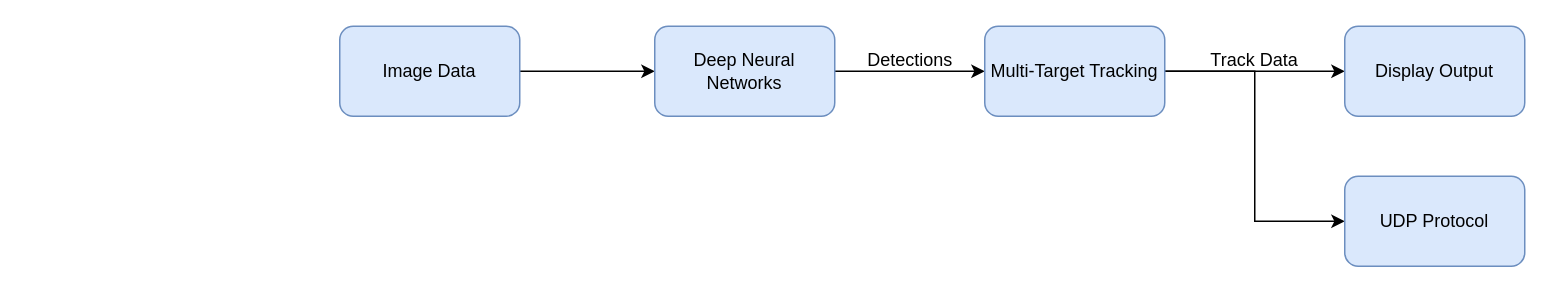
This is object_detection_classification.drawio from mj8ac/hello-world, a draw.io file, before an edit. Source tidied: cells renumbered, new cells numbered last; positions are measured from the earlier drawing's top-left corner, leaving out a move shared by most shapes. Both pictures are drawn from the tidied source at 150%, with x=0, y=0 at pixel (339, 26).
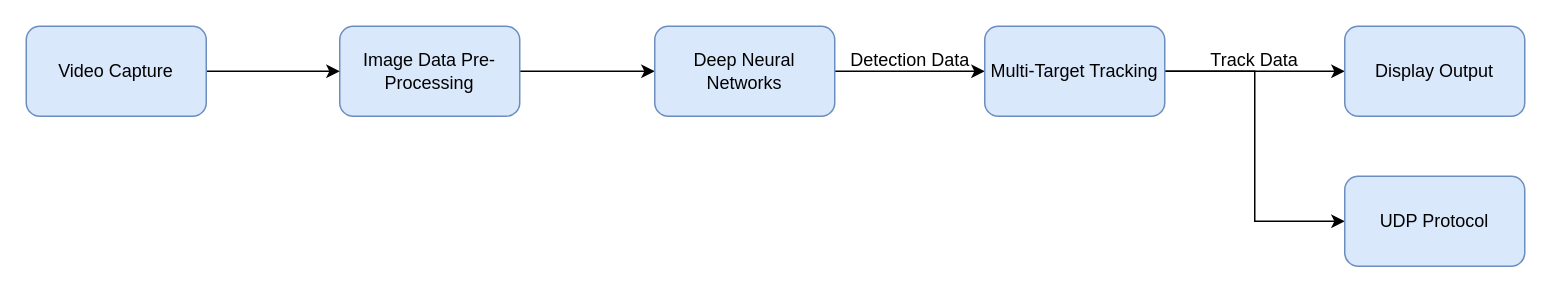
The same page after the edit.

What changed in the source:
```diff
@@
 <mxGraphModel>
   <root>
     <mxCell id="0" />
     <mxCell id="1" parent="0" />
     <mxCell id="2" style="edgeStyle=orthogonalEdgeStyle;rounded=0;jettySize=auto;html=1;" parent="1" edge="1" source="3" target="5">
       <mxGeometry relative="1" as="geometry" />
     </mxCell>
-    <mxCell id="3" value="Image Data" style="rounded=1;whiteSpace=wrap;html=1;fillColor=#dae8fc;strokeColor=#6c8ebf;" parent="1" vertex="1">
+    <mxCell id="3" value="Image Data Pre-Processing" style="rounded=1;whiteSpace=wrap;html=1;fillColor=#dae8fc;strokeColor=#6c8ebf;" parent="1" vertex="1">
       <mxGeometry width="120" height="60" as="geometry" />
     </mxCell>
     <mxCell id="4" style="edgeStyle=orthogonalEdgeStyle;rounded=0;jettySize=auto;html=1;" parent="1" edge="1" source="5" target="8">
       <mxGeometry relative="1" as="geometry" />
     </mxCell>
     <mxCell id="5" value="Deep Neural Networks" style="rounded=1;whiteSpace=wrap;html=1;fillColor=#dae8fc;strokeColor=#6c8ebf;" parent="1" vertex="1">
       <mxGeometry x="210" width="120" height="60" as="geometry" />
     </mxCell>
     <mxCell id="6" style="edgeStyle=orthogonalEdgeStyle;rounded=0;jettySize=auto;html=1;exitX=1;exitY=0.5;exitDx=0;exitDy=0;" parent="1" edge="1" source="8">
       <mxGeometry relative="1" as="geometry">
         <mxPoint x="670" y="30" as="targetPoint" />
       </mxGeometry>
     </mxCell>
     <mxCell id="7" style="edgeStyle=orthogonalEdgeStyle;rounded=0;jettySize=auto;html=1;exitX=1;exitY=0.5;exitDx=0;exitDy=0;entryX=0;entryY=0.5;entryDx=0;entryDy=0;" parent="1" edge="1" source="8" target="12">
       <mxGeometry relative="1" as="geometry" />
     </mxCell>
     <mxCell id="8" value="Multi-Target Tracking" style="rounded=1;whiteSpace=wrap;html=1;fillColor=#dae8fc;strokeColor=#6c8ebf;" parent="1" vertex="1">
       <mxGeometry x="430" width="120" height="60" as="geometry" />
     </mxCell>
-    <mxCell id="9" value="Detections" style="text;html=1;align=center;verticalAlign=middle;strokeColor=none;fillColor=none;" parent="1" vertex="1">
-      <mxGeometry x="340" y="8" width="80" height="30" as="geometry" />
+    <mxCell id="9" value="Detection Data" style="text;html=1;align=center;verticalAlign=middle;strokeColor=none;fillColor=none;" parent="1" vertex="1">
+      <mxGeometry x="330" y="8" width="100" height="30" as="geometry" />
     </mxCell>
     <mxCell id="10" value="Track Data" style="text;html=1;strokeColor=none;fillColor=none;align=center;verticalAlign=middle;whiteSpace=wrap;rounded=0;" parent="1" vertex="1">
       <mxGeometry x="570" y="8" width="80" height="30" as="geometry" />
     </mxCell>
     <mxCell id="11" value="Display Output" style="rounded=1;whiteSpace=wrap;html=1;fillColor=#dae8fc;strokeColor=#6c8ebf;" parent="1" vertex="1">
       <mxGeometry x="670" width="120" height="60" as="geometry" />
     </mxCell>
     <mxCell id="12" value="UDP Protocol" style="rounded=1;whiteSpace=wrap;html=1;fillColor=#dae8fc;strokeColor=#6c8ebf;" parent="1" vertex="1">
       <mxGeometry x="670" y="100" width="120" height="60" as="geometry" />
     </mxCell>
+    <mxCell id="13" style="edgeStyle=orthogonalEdgeStyle;rounded=0;jettySize=auto;html=1;" parent="1" edge="1" source="14" target="3">
+      <mxGeometry relative="1" as="geometry" />
+    </mxCell>
+    <mxCell id="14" value="Video Capture" style="rounded=1;whiteSpace=wrap;html=1;fillColor=#dae8fc;strokeColor=#6c8ebf;" parent="1" vertex="1">
+      <mxGeometry x="-209" width="120" height="60" as="geometry" />
+    </mxCell>
   </root>
 </mxGraphModel>
```
